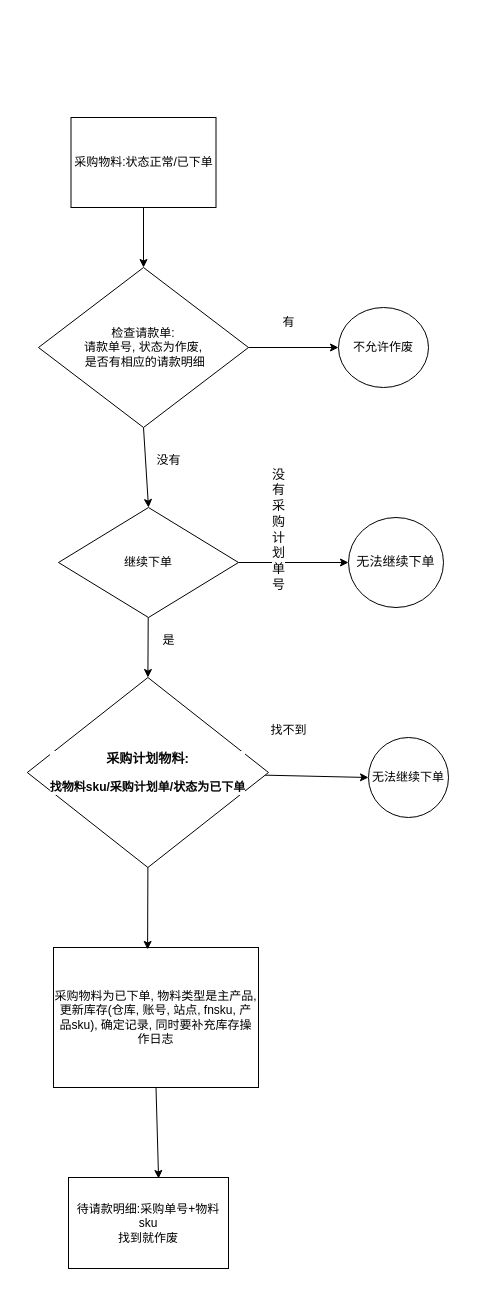
Earlier version of the draw.io diagram Untitled Diagram.drawio (bitdan/drawio). Source tidied: cells renumbered, new cells numbered last; positions are measured from the earlier drawing's top-left corner, leaving out a move shared by most shapes. Both pictures are drawn from the tidied source at 100%, with x=0, y=0 at pixel (27, 117).
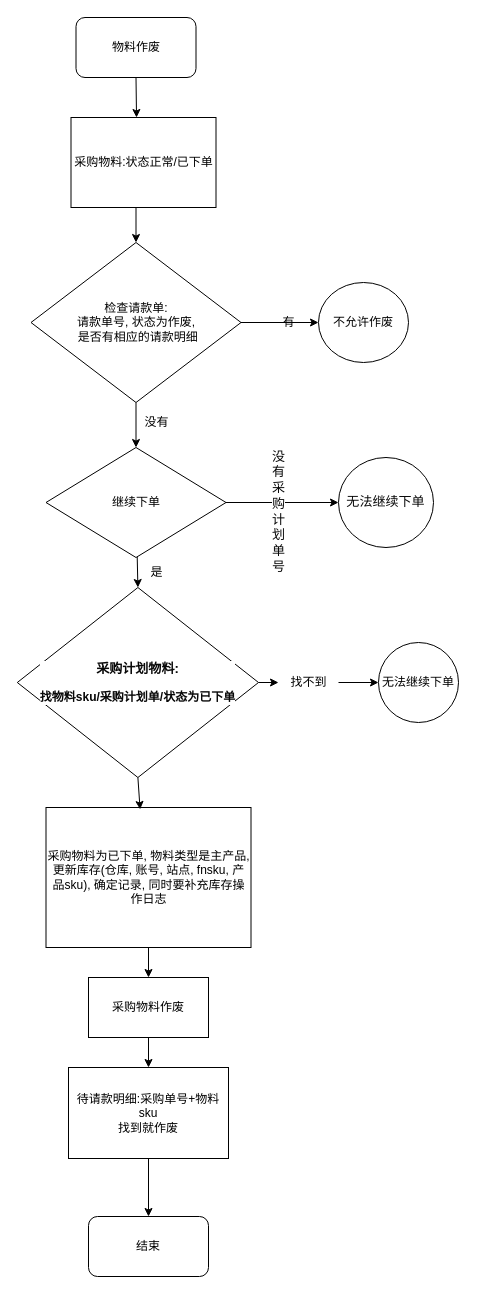
After the change.

The change refers to these unchanged cells:
```xml
<mxCell id="6" value="采购物料:状态正常/已下单" style="whiteSpace=wrap;html=1;" parent="1" vertex="1">
  <mxGeometry x="43.5" width="145" height="90" as="geometry" />
</mxCell>
```

The edit, as a diff of the source:
```diff
@@
     <mxCell id="4" value="&lt;span style=&quot;text-wrap-mode: nowrap;&quot;&gt;检查请款单:&lt;/span&gt;&lt;div&gt;&lt;span style=&quot;text-wrap-mode: nowrap;&quot;&gt;请款单号, 状态为作废,&lt;/span&gt;&lt;div style=&quot;text-wrap-mode: nowrap;&quot;&gt;&amp;nbsp;是否有相应的请款明细&lt;/div&gt;&lt;/div&gt;" style="rhombus;whiteSpace=wrap;html=1;" parent="1" vertex="1">
-      <mxGeometry x="11" y="150" width="210" height="160" as="geometry" />
+      <mxGeometry x="3.5" y="125" width="210" height="160" as="geometry" />
     </mxCell>
@@
     <mxCell id="7" value="不允许作废" style="ellipse;whiteSpace=wrap;html=1;" parent="1" vertex="1">
-      <mxGeometry x="311" y="190" width="90" height="80" as="geometry" />
+      <mxGeometry x="291" y="165" width="90" height="80" as="geometry" />
     </mxCell>
@@
     <mxCell id="11" value="继续下单" style="rhombus;whiteSpace=wrap;html=1;" parent="1" vertex="1">
-      <mxGeometry x="31" y="390" width="180" height="110" as="geometry" />
+      <mxGeometry x="18.5" y="330" width="180" height="110" as="geometry" />
     </mxCell>
     <mxCell id="12" value="&lt;div style=&quot;background-color: rgb(255, 255, 255);&quot;&gt;&lt;pre style=&quot;font-family: &amp;quot;Courier New&amp;quot;, monospace; font-size: 9.8pt;&quot;&gt;&lt;font color=&quot;#080808&quot;&gt;无法继续下单&lt;/font&gt;&lt;/pre&gt;&lt;/div&gt;" style="ellipse;whiteSpace=wrap;html=1;" parent="1" vertex="1">
-      <mxGeometry x="321" y="400" width="95" height="90" as="geometry" />
+      <mxGeometry x="311" y="340" width="95" height="90" as="geometry" />
     </mxCell>
     <mxCell id="13" value="&lt;span style=&quot;font-family: &amp;quot;Courier New&amp;quot;, monospace; font-size: 13.0667px; text-wrap-mode: wrap; background-color: rgb(255, 255, 255);&quot;&gt;&lt;font color=&quot;#080808&quot;&gt;没有采购计划单号&lt;/font&gt;&lt;/span&gt;" style="text;html=1;align=center;verticalAlign=middle;strokeColor=none;fillColor=none;fontFamily=Helvetica;fontSize=12;fontColor=default;" parent="1" vertex="1">
-      <mxGeometry x="181" y="398" width="140" height="30" as="geometry" />
+      <mxGeometry x="181" y="380" width="140" height="30" as="geometry" />
     </mxCell>
-    <mxCell id="14" style="edgeStyle=none;rounded=0;jettySize=auto;html=1;entryX=0;entryY=0.5;entryDx=0;entryDy=0;fontFamily=Helvetica;fontSize=12;fontColor=default;" parent="1" edge="1" source="15" target="16">
+    <mxCell id="14" style="edgeStyle=none;rounded=0;jettySize=auto;html=1;entryX=0;entryY=0.5;entryDx=0;entryDy=0;fontFamily=Helvetica;fontSize=12;fontColor=default;" parent="1" edge="1" source="17" target="16">
       <mxGeometry relative="1" as="geometry" />
     </mxCell>
     <mxCell id="15" value="&lt;div style=&quot;background-color: rgb(255, 255, 255);&quot;&gt;&lt;p style=&quot;font-size: 9.8pt;&quot;&gt;&lt;b style=&quot;&quot;&gt;&lt;font color=&quot;#080808&quot; style=&quot;&quot; face=&quot;Helvetica&quot;&gt;采购计划物料:&lt;br&gt; &lt;/font&gt;&lt;/b&gt;&lt;/p&gt;&lt;p style=&quot;&quot;&gt;&lt;b style=&quot;&quot;&gt;&lt;font color=&quot;#080808&quot; style=&quot;&quot; face=&quot;Helvetica&quot;&gt;找物料sku/采购计划单/状态为已下单&lt;/font&gt;&lt;/b&gt;&lt;/p&gt;&lt;p style=&quot;color: rgb(8, 8, 8);&quot;&gt;&lt;/p&gt;&lt;/div&gt;" style="rhombus;whiteSpace=wrap;html=1;strokeColor=default;align=center;verticalAlign=middle;fontFamily=Helvetica;fontSize=12;fontColor=default;fillColor=default;" parent="1" vertex="1">
-      <mxGeometry x="-0.2" y="560" width="241.2" height="190" as="geometry" />
+      <mxGeometry x="-10.2" y="470" width="241.2" height="190" as="geometry" />
     </mxCell>
     <mxCell id="16" value="无法继续下单" style="ellipse;whiteSpace=wrap;html=1;strokeColor=default;align=center;verticalAlign=middle;fontFamily=Helvetica;fontSize=12;fontColor=default;fillColor=default;" parent="1" vertex="1">
-      <mxGeometry x="341" y="620" width="80" height="80" as="geometry" />
+      <mxGeometry x="351" y="525" width="80" height="80" as="geometry" />
     </mxCell>
-    <mxCell id="17" value="找不到" style="text;html=1;align=center;verticalAlign=middle;points=[];strokeColor=none;fillColor=none;fontFamily=Helvetica;fontSize=12;fontColor=default;" parent="1" vertex="1">
-      <mxGeometry x="231" y="598" width="60" height="30" as="geometry" />
-    </mxCell>
     <mxCell id="18" value="是" style="text;html=1;align=center;verticalAlign=middle;strokeColor=none;fillColor=none;fontFamily=Helvetica;fontSize=12;fontColor=default;" parent="1" vertex="1">
-      <mxGeometry x="121" y="508" width="40" height="30" as="geometry" />
+      <mxGeometry x="108.5" y="440" width="40" height="30" as="geometry" />
     </mxCell>
     <mxCell id="19" value="没有" style="text;html=1;align=center;verticalAlign=middle;strokeColor=none;fillColor=none;fontFamily=Helvetica;fontSize=12;fontColor=default;" parent="1" vertex="1">
-      <mxGeometry x="116" y="328" width="50" height="30" as="geometry" />
+      <mxGeometry x="103.5" y="290" width="50" height="30" as="geometry" />
     </mxCell>
+    <mxCell id="24" style="edgeStyle=none;rounded=0;jettySize=auto;html=1;exitX=0.5;exitY=1;exitDx=0;exitDy=0;fontFamily=Helvetica;fontSize=12;fontColor=default;" parent="1" edge="1" source="20" target="27">
+      <mxGeometry relative="1" as="geometry" />
+    </mxCell>
     <mxCell id="20" value="采购物料为已下单, 物料类型是主产品, 更新库存(仓库, 账号, 站点, fnsku, 产品sku), 确定记录, 同时要补充库存操作日志" style="whiteSpace=wrap;html=1;strokeColor=default;align=center;verticalAlign=middle;fontFamily=Helvetica;fontSize=12;fontColor=default;fillColor=default;" parent="1" vertex="1">
-      <mxGeometry x="26" y="830" width="205" height="140" as="geometry" />
+      <mxGeometry x="18.5" y="690" width="205" height="140" as="geometry" />
     </mxCell>
@@
+    <mxCell id="25" style="edgeStyle=none;rounded=0;jettySize=auto;html=1;exitX=0.5;exitY=1;exitDx=0;exitDy=0;entryX=0.5;entryY=0;entryDx=0;entryDy=0;fontFamily=Helvetica;fontSize=12;fontColor=default;" parent="1" edge="1" source="22" target="31">
+      <mxGeometry relative="1" as="geometry" />
+    </mxCell>
     <mxCell id="22" value="待请款明细:采购单号+物料sku&lt;div&gt;找到就作废&lt;/div&gt;" style="whiteSpace=wrap;html=1;strokeColor=default;align=center;verticalAlign=middle;fontFamily=Helvetica;fontSize=12;fontColor=default;fillColor=default;" parent="1" vertex="1">
-      <mxGeometry x="41" y="1060" width="160" height="91" as="geometry" />
+      <mxGeometry x="41" y="950" width="160" height="91" as="geometry" />
     </mxCell>
-    <mxCell id="23" style="edgeStyle=none;rounded=0;jettySize=auto;html=1;exitX=0.5;exitY=1;exitDx=0;exitDy=0;entryX=0.563;entryY=0.011;entryDx=0;entryDy=0;entryPerimeter=0;fontFamily=Helvetica;fontSize=12;fontColor=default;" parent="1" edge="1" source="20" target="22">
-      <mxGeometry relative="1" as="geometry" />
-    </mxCell>
+    <mxCell id="26" style="edgeStyle=none;rounded=0;jettySize=auto;html=1;exitX=0.5;exitY=1;exitDx=0;exitDy=0;entryX=0.5;entryY=0;entryDx=0;entryDy=0;fontFamily=Helvetica;fontSize=12;fontColor=default;" parent="1" edge="1" source="27" target="22">
+      <mxGeometry relative="1" as="geometry" />
+    </mxCell>
+    <mxCell id="27" value="采购物料作废" style="whiteSpace=wrap;html=1;strokeColor=default;align=center;verticalAlign=middle;fontFamily=Helvetica;fontSize=12;fontColor=default;fillColor=default;" parent="1" vertex="1">
+      <mxGeometry x="61" y="860" width="120" height="60" as="geometry" />
+    </mxCell>
+    <mxCell id="28" style="edgeStyle=none;rounded=0;jettySize=auto;html=1;entryX=0;entryY=0.5;entryDx=0;entryDy=0;fontFamily=Helvetica;fontSize=12;fontColor=default;" parent="1" edge="1" source="15" target="17">
+      <mxGeometry relative="1" as="geometry" />
+    </mxCell>
+    <mxCell id="17" value="找不到" style="text;html=1;align=center;verticalAlign=middle;points=[];strokeColor=none;fillColor=none;fontFamily=Helvetica;fontSize=12;fontColor=default;" parent="1" vertex="1">
+      <mxGeometry x="251" y="550" width="60" height="30" as="geometry" />
+    </mxCell>
+    <mxCell id="29" value="物料作废" style="rounded=1;whiteSpace=wrap;html=1;strokeColor=default;align=center;verticalAlign=middle;fontFamily=Helvetica;fontSize=12;fontColor=default;fillColor=default;" parent="1" vertex="1">
+      <mxGeometry x="48.5" y="-100" width="120" height="60" as="geometry" />
+    </mxCell>
+    <mxCell id="30" style="edgeStyle=none;rounded=0;orthogonalLoop=1;jettySize=auto;html=1;exitX=0.75;exitY=1;exitDx=0;exitDy=0;fontFamily=Helvetica;fontSize=12;fontColor=default;" parent="1" edge="1" source="29" target="29">
+      <mxGeometry relative="1" as="geometry" />
+    </mxCell>
+    <mxCell id="31" value="结束" style="rounded=1;whiteSpace=wrap;html=1;strokeColor=default;align=center;verticalAlign=middle;fontFamily=Helvetica;fontSize=12;fontColor=default;fillColor=default;" parent="1" vertex="1">
+      <mxGeometry x="61" y="1099" width="120" height="60" as="geometry" />
+    </mxCell>
+    <mxCell id="32" style="edgeStyle=none;rounded=0;jettySize=auto;html=1;exitX=0.5;exitY=1;exitDx=0;exitDy=0;entryX=0.452;entryY=0;entryDx=0;entryDy=0;entryPerimeter=0;fontFamily=Helvetica;fontSize=12;fontColor=default;" parent="1" edge="1" source="29" target="6">
+      <mxGeometry relative="1" as="geometry" />
+    </mxCell>
```
